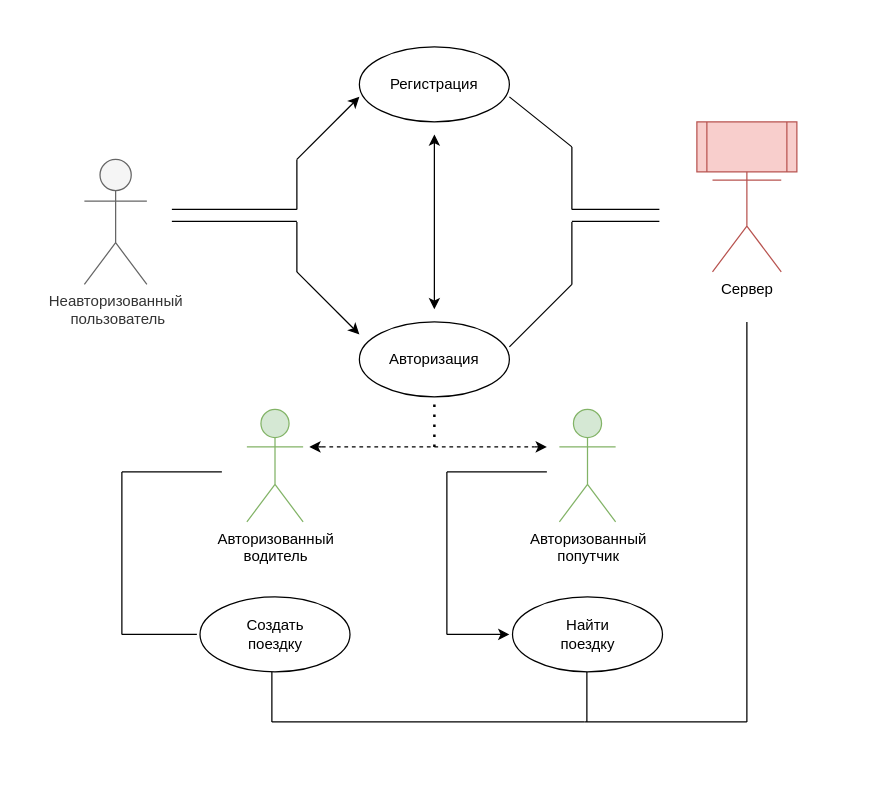
The draw.io diagram UseCase.drawio in WvLadIck/TripLink, before the edit. Source tidied: cells renumbered, new cells numbered last; positions are measured from the earlier drawing's top-left corner, leaving out a move shared by most shapes. Both pictures are drawn from the tidied source at 125%, with x=0, y=0 at pixel (84, 46).
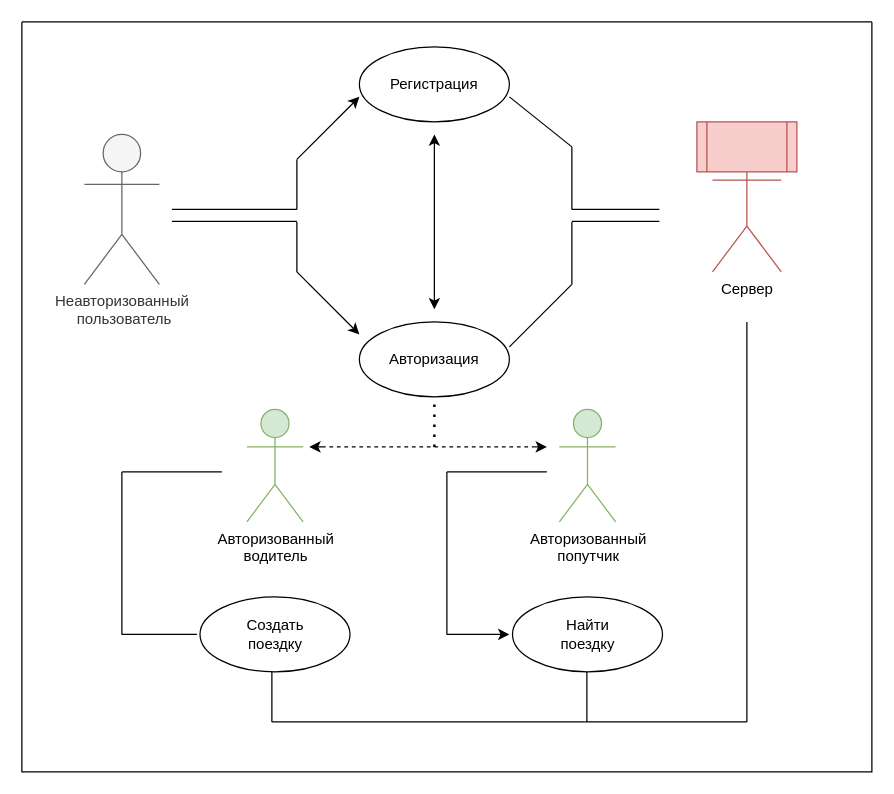
Above is the later version.

The edit, as a diff of the source:
```diff
@@
     <mxCell id="2" value="Неавторизованный&lt;br&gt;&amp;nbsp;пользователь" style="shape=umlActor;verticalLabelPosition=bottom;verticalAlign=top;html=1;fillColor=#f5f5f5;fontColor=#333333;strokeColor=#666666;" parent="1" vertex="1">
-      <mxGeometry y="90" width="50" height="100" as="geometry" />
+      <mxGeometry y="70" width="60" height="120" as="geometry" />
     </mxCell>
@@
+    <mxCell id="43" style="swimlane;startSize=0;" parent="1" vertex="1">
+      <mxGeometry x="-50" y="-20" width="680" height="600" as="geometry" />
+    </mxCell>
```
